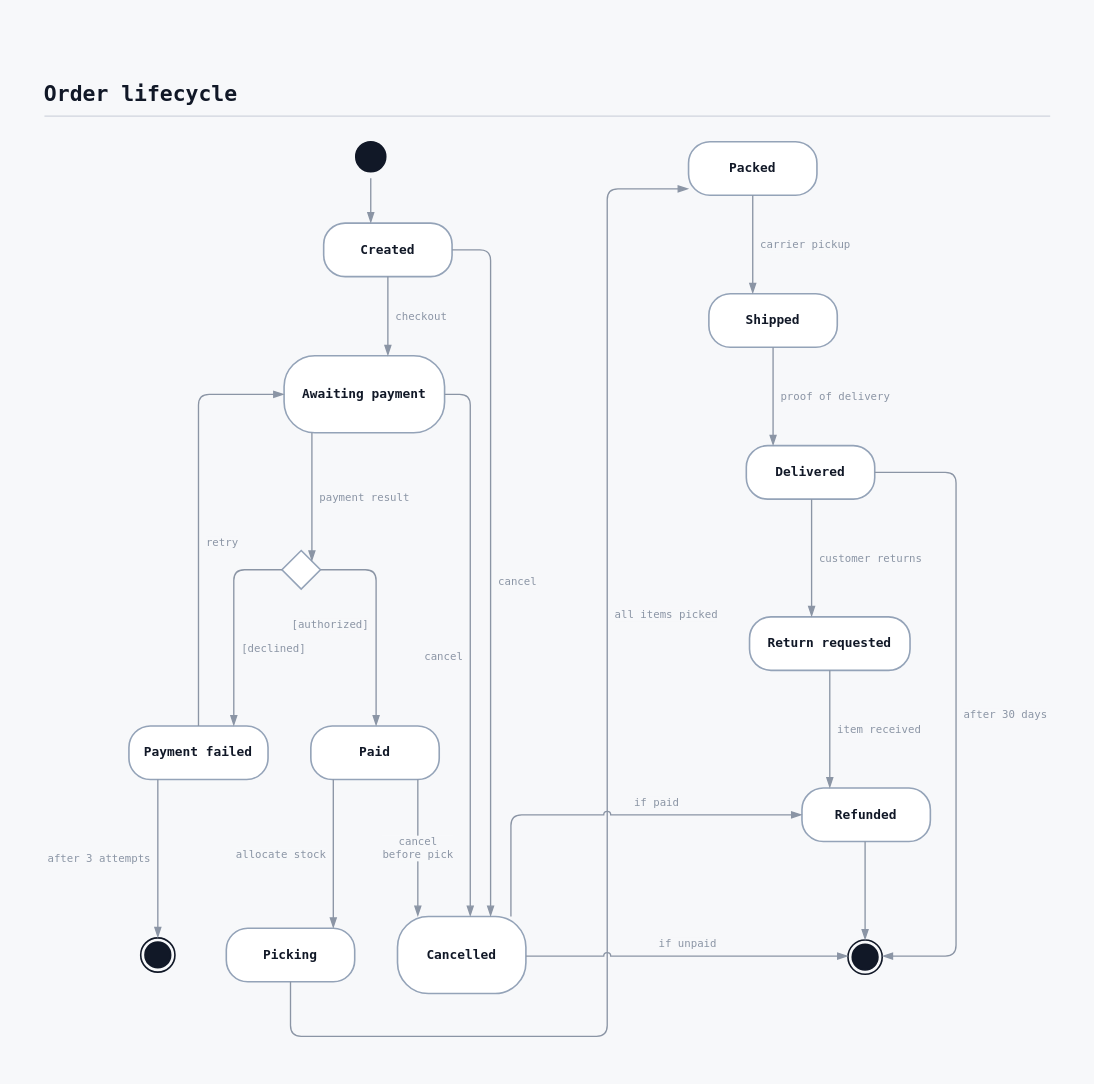
The draw.io diagram examples/order_state_machine/order_state_machine.drawio in rg12301/rdg, before the edit. Source tidied: cells renumbered, new cells numbered last; positions are measured from the earlier drawing's top-left corner, leaving out a move shared by most shapes. Both pictures are drawn from the tidied source at 107%, with x=0, y=0 at pixel (18, 44).
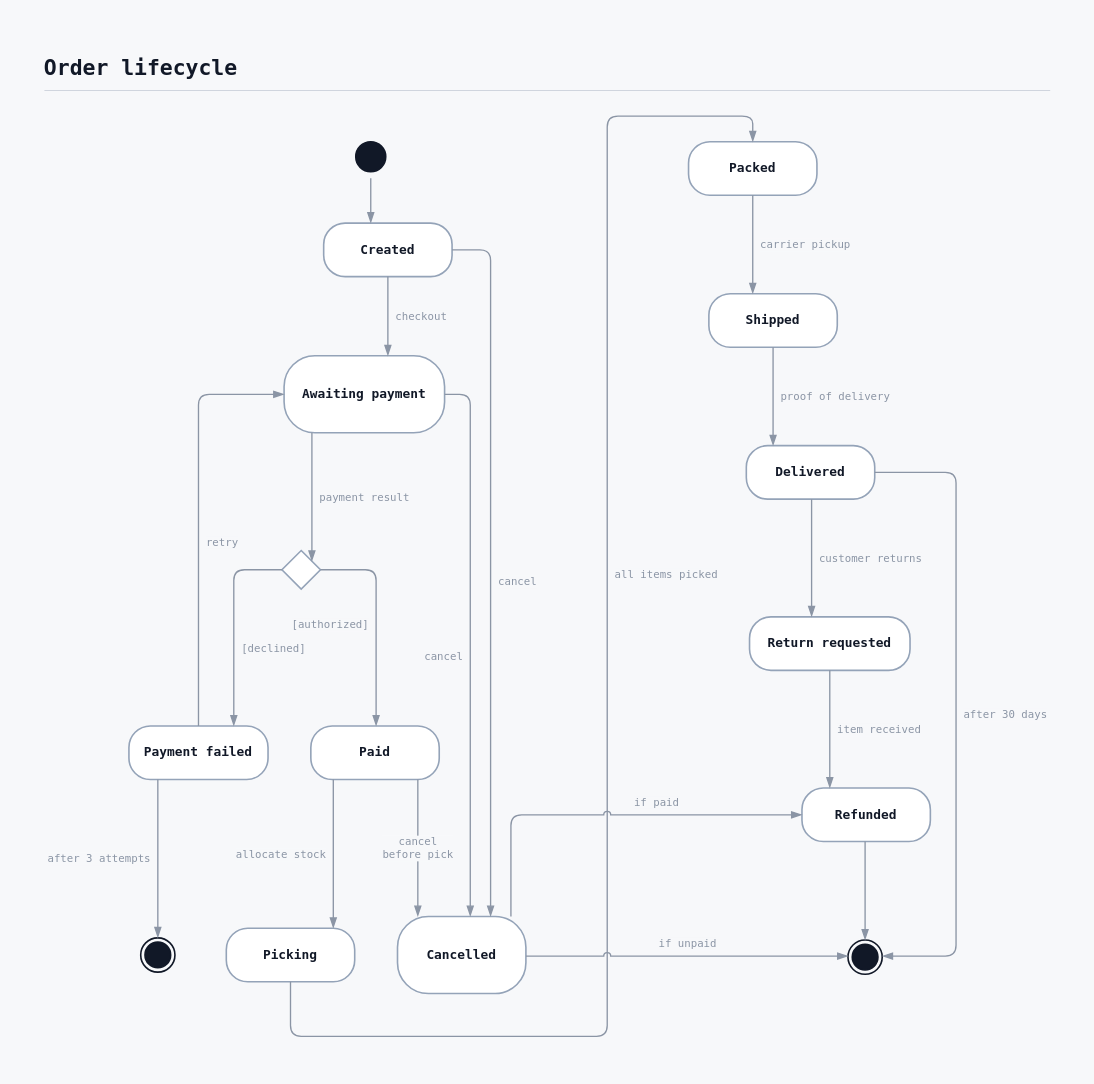
The same page after the edit.

Unchanged cells that the change refers to:
```xml
<mxCell id="12" value="&lt;b&gt;Picking&lt;/b&gt;" style="rounded=1;arcSize=40;html=1;whiteSpace=wrap;fillColor=#ffffff;fillOpacity=100;strokeColor=#94a3b8;strokeWidth=1.5;shadow=0;fontFamily=JetBrains Mono, ui-monospace, SFMono-Regular, Menlo, Consolas, monospace;fontSize=12;fontColor=#111827;fontStyle=0;align=center;verticalAlign=middle;spacingTop=4;spacingBottom=4;spacingLeft=8;spacingRight=8;" parent="1" vertex="1">
  <mxGeometry x="194" y="826" width="120" height="50" as="geometry" />
</mxCell>
<mxCell id="13" value="&lt;b&gt;Packed&lt;/b&gt;" style="rounded=1;arcSize=40;html=1;whiteSpace=wrap;fillColor=#ffffff;fillOpacity=100;strokeColor=#94a3b8;strokeWidth=1.5;shadow=0;fontFamily=JetBrains Mono, ui-monospace, SFMono-Regular, Menlo, Consolas, monospace;fontSize=12;fontColor=#111827;fontStyle=0;align=center;verticalAlign=middle;spacingTop=4;spacingBottom=4;spacingLeft=8;spacingRight=8;" parent="1" vertex="1">
  <mxGeometry x="626" y="91" width="120" height="50" as="geometry" />
</mxCell>
```

Diff of the diagram source:
```diff
@@
     <mxCell id="2" style="rounded=0;fillColor=none;strokeColor=none;selectable=0;" parent="1" vertex="1">
-      <mxGeometry width="988" height="955" as="geometry" />
+      <mxGeometry y="-24" width="988" height="979" as="geometry" />
     </mxCell>
     <mxCell id="3" value="&lt;b&gt;&lt;font style=&quot;font-size:20px;color:#111827;line-height:27px;&quot;&gt;Order lifecycle&lt;/font&gt;&lt;/b&gt;" style="text;html=1;strokeColor=none;fillColor=none;align=left;verticalAlign=top;rounded=0;whiteSpace=nowrap;spacing=0;fontFamily=JetBrains Mono, ui-monospace, SFMono-Regular, Menlo, Consolas, monospace;" parent="1" vertex="1">
-      <mxGeometry x="24" y="28" width="184" height="27" as="geometry" />
+      <mxGeometry x="24" y="4" width="184" height="27" as="geometry" />
     </mxCell>
@@
-    <mxCell id="31" value="all items picked" style="exitX=0.50000;exitY=1.00000;exitDx=0;exitDy=0;exitPerimeter=0;entryX=0.00000;entryY=0.88000;entryDx=0;entryDy=0;entryPerimeter=0;edgeStyle=none;html=1;rounded=1;jumpStyle=arc;jumpSize=6;strokeColor=#8b95a5;strokeWidth=1.25;dashed=0;endArrow=blockThin;endFill=1;endSize=7;startArrow=none;labelBackgroundColor=#f7f8fa;labelBorderColor=none;fontFamily=JetBrains Mono, ui-monospace, SFMono-Regular, Menlo, Consolas, monospace;fontSize=10;fontColor=#8b95a5;" parent="1" edge="1" source="12" target="13">
-      <mxGeometry x="0.22" y="-55" relative="1" as="geometry">
+    <mxCell id="31" value="all items picked" style="exitX=0.50000;exitY=1.00000;exitDx=0;exitDy=0;exitPerimeter=0;entryX=0.50000;entryY=0.00000;entryDx=0;entryDy=0;entryPerimeter=0;edgeStyle=none;html=1;rounded=1;jumpStyle=arc;jumpSize=6;strokeColor=#8b95a5;strokeWidth=1.25;dashed=0;endArrow=blockThin;endFill=1;endSize=7;startArrow=none;labelBackgroundColor=#f7f8fa;labelBorderColor=none;fontFamily=JetBrains Mono, ui-monospace, SFMono-Regular, Menlo, Consolas, monospace;fontSize=10;fontColor=#8b95a5;" parent="1" edge="1" source="12" target="13">
+      <mxGeometry x="0.14" y="-55" relative="1" as="geometry">
         <Array as="points">
           <mxPoint x="254" y="927" />
           <mxPoint x="550" y="927" />
-          <mxPoint x="550" y="135" />
+          <mxPoint x="550" y="67" />
+          <mxPoint x="686" y="67" />
         </Array>
       </mxGeometry>
     </mxCell>
@@
     <mxCell id="43" style="line;strokeWidth=1;strokeColor=#d0d5de;html=1;" parent="1" vertex="1">
-      <mxGeometry x="24" y="66" width="940" height="2" as="geometry" />
+      <mxGeometry x="24" y="42" width="940" height="2" as="geometry" />
     </mxCell>
```
